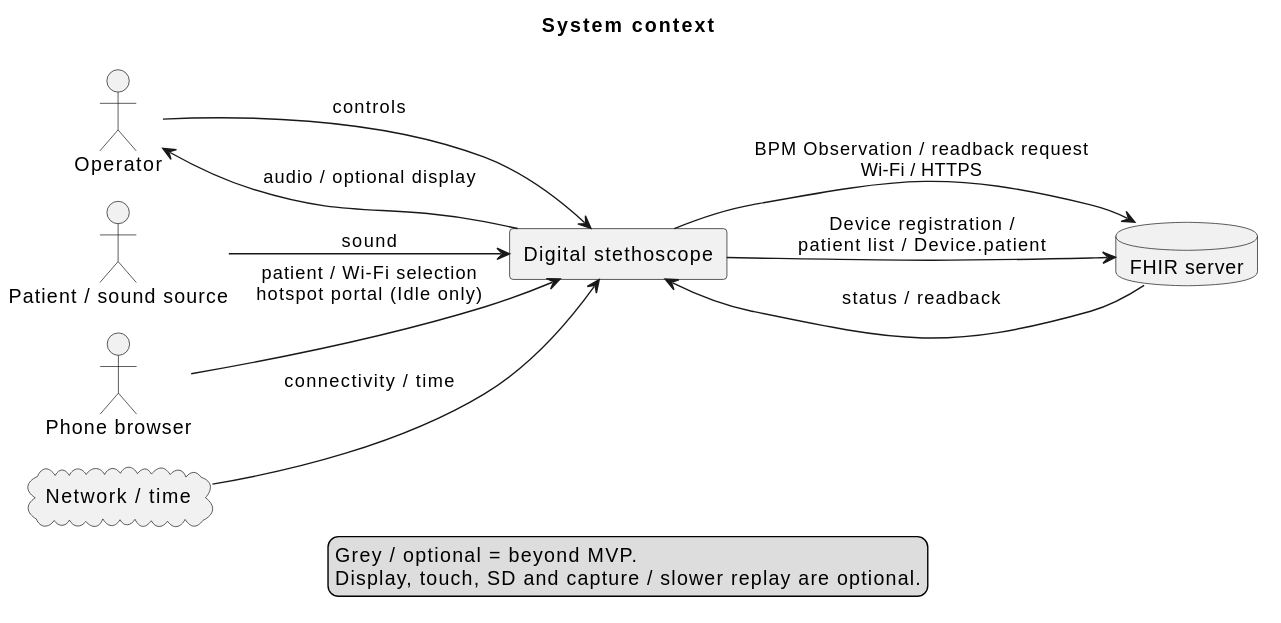
This is Development/system/architecture/rendered/system_context.svg from DemonicPsychoII/DigitalStethoscope, a PlantUML export, as it was before one commit.
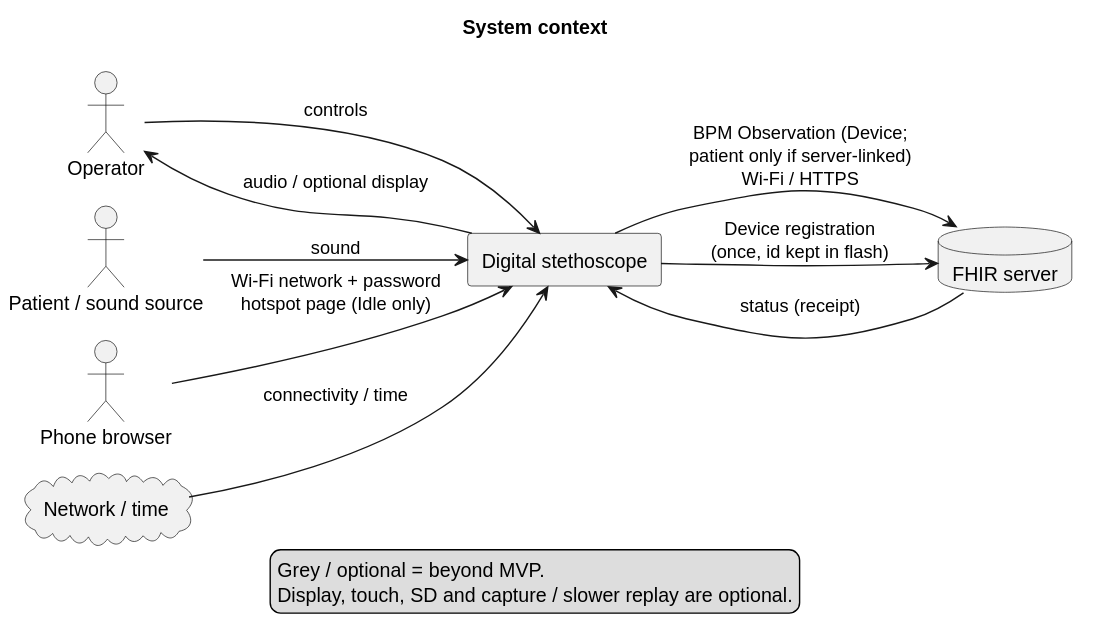
The same file after the commit.

The edit, as a diff of the source:
```diff
@@ -24,11 +24,11 @@
 source --> device : sound
 operator --> device : controls
 device --> operator : audio / optional display
-device --> fhir : BPM Observation / readback request\nWi-Fi / HTTPS
-fhir --> device : status / readback
+device --> fhir : BPM Observation (Device;\npatient only if server-linked)\nWi-Fi / HTTPS
+fhir --> device : status (receipt)
 net --> device : connectivity / time
-phone --> device : patient / Wi-Fi selection\nhotspot portal (Idle only)
-device --> fhir : Device registration /\npatient list / Device.patient
+phone --> device : Wi-Fi network + password\nhotspot page (Idle only)
+device --> fhir : Device registration\n(once, id kept in flash)
 legend bottom
   Grey / optional = beyond MVP.
   Display, touch, SD and capture / slower replay are optional.
```
